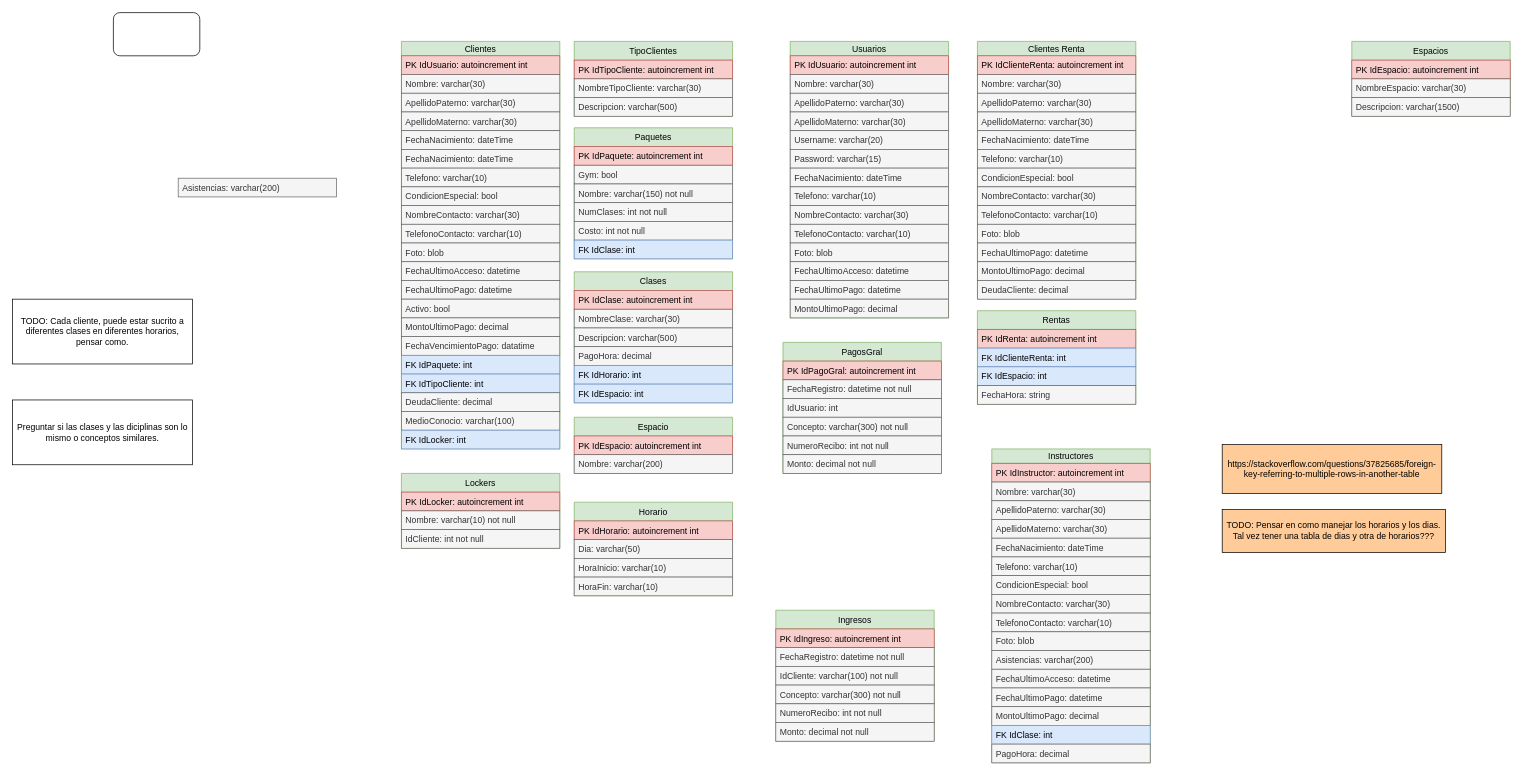
This is page "Base de Datos" (1 of 4) of GymCastillo/Docs/Diagrams/Gym.drawio from Fwxzxh/GymCastillo, a draw.io file, before an edit. Source tidied: cells renumbered, new cells numbered last; positions are measured from the earlier drawing's top-left corner, leaving out a move shared by most shapes. Both pictures are drawn from the tidied source at 72%, with x=0, y=0 at pixel (12, 12).
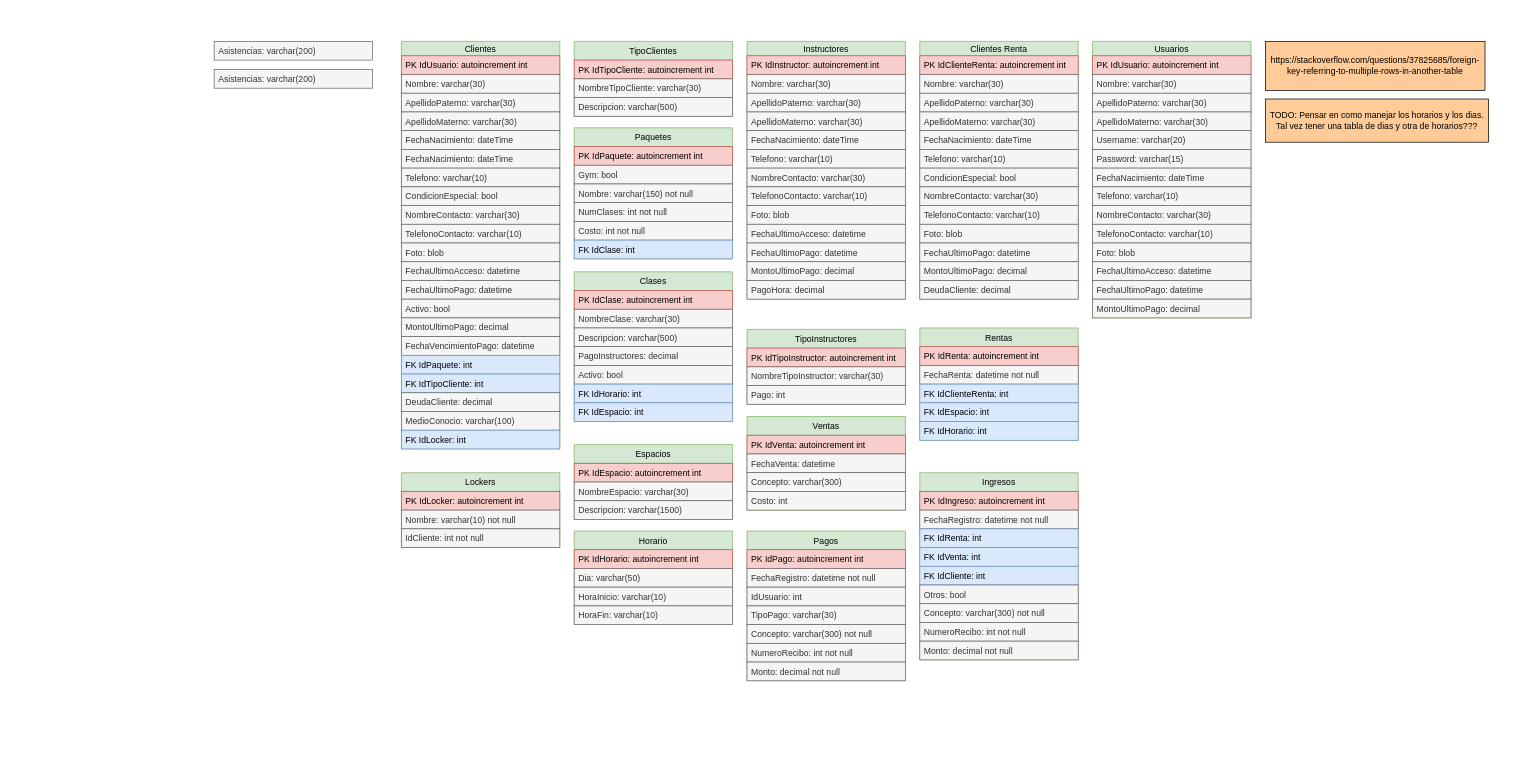
The same page after the edit.

Unchanged cells that the change refers to:
```xml
<mxCell id="2" value="Clientes" style="swimlane;fontStyle=0;horizontal=1;startSize=20;fillColor=#d5e8d4;strokeColor=#82b366;" parent="1" vertex="1">
  <mxGeometry x="540" y="40" width="220" height="566" as="geometry" />
</mxCell>
```

What changed in the source:
```diff
@@
-    <mxCell id="18" value="FechaVencimientoPago: datatime&#10;" style="text;strokeColor=#666666;fillColor=#f5f5f5;align=left;verticalAlign=top;spacingLeft=4;spacingRight=4;overflow=hidden;fontColor=#333333;" parent="2" vertex="1">
+    <mxCell id="18" value="FechaVencimientoPago: datetime&#10;" style="text;strokeColor=#666666;fillColor=#f5f5f5;align=left;verticalAlign=top;spacingLeft=4;spacingRight=4;overflow=hidden;fontColor=#333333;" parent="2" vertex="1">
       <mxGeometry y="410" width="220" height="26" as="geometry" />
     </mxCell>
@@
     <mxCell id="24" value="Instructores" style="swimlane;fontStyle=0;horizontal=1;startSize=20;fillColor=#d5e8d4;strokeColor=#82b366;" parent="1" vertex="1">
-      <mxGeometry x="1360" y="606" width="220" height="436" as="geometry" />
+      <mxGeometry x="1020" y="40" width="220" height="358" as="geometry" />
     </mxCell>
@@
-    <mxCell id="31" value="CondicionEspecial: bool" style="text;strokeColor=#666666;fillColor=#f5f5f5;align=left;verticalAlign=top;spacingLeft=4;spacingRight=4;overflow=hidden;fontColor=#333333;" parent="24" vertex="1">
-      <mxGeometry y="176" width="220" height="26" as="geometry" />
-    </mxCell>
     <mxCell id="32" value="NombreContacto: varchar(30)" style="text;strokeColor=#666666;fillColor=#f5f5f5;align=left;verticalAlign=top;spacingLeft=4;spacingRight=4;overflow=hidden;fontColor=#333333;" parent="24" vertex="1">
-      <mxGeometry y="202" width="220" height="26" as="geometry" />
+      <mxGeometry y="176" width="220" height="26" as="geometry" />
     </mxCell>
     <mxCell id="33" value="TelefonoContacto: varchar(10)" style="text;strokeColor=#666666;fillColor=#f5f5f5;align=left;verticalAlign=top;spacingLeft=4;spacingRight=4;overflow=hidden;fontColor=#333333;" parent="24" vertex="1">
-      <mxGeometry y="228" width="220" height="26" as="geometry" />
+      <mxGeometry y="202" width="220" height="26" as="geometry" />
     </mxCell>
     <mxCell id="34" value="Foto: blob" style="text;strokeColor=#666666;fillColor=#f5f5f5;align=left;verticalAlign=top;spacingLeft=4;spacingRight=4;overflow=hidden;fontColor=#333333;" parent="24" vertex="1">
-      <mxGeometry y="254" width="220" height="26" as="geometry" />
+      <mxGeometry y="228" width="220" height="26" as="geometry" />
     </mxCell>
-    <mxCell id="35" value="Asistencias: varchar(200)" style="text;strokeColor=#666666;fillColor=#f5f5f5;align=left;verticalAlign=top;spacingLeft=4;spacingRight=4;overflow=hidden;fontColor=#333333;" parent="24" vertex="1">
-      <mxGeometry y="280" width="220" height="26" as="geometry" />
-    </mxCell>
     <mxCell id="36" value="FechaUltimoAcceso: datetime" style="text;strokeColor=#666666;fillColor=#f5f5f5;align=left;verticalAlign=top;spacingLeft=4;spacingRight=4;overflow=hidden;fontColor=#333333;" parent="24" vertex="1">
-      <mxGeometry y="306" width="220" height="26" as="geometry" />
+      <mxGeometry y="254" width="220" height="26" as="geometry" />
     </mxCell>
     <mxCell id="37" value="FechaUltimoPago: datetime" style="text;strokeColor=#666666;fillColor=#f5f5f5;align=left;verticalAlign=top;spacingLeft=4;spacingRight=4;overflow=hidden;fontColor=#333333;" parent="24" vertex="1">
-      <mxGeometry y="332" width="220" height="26" as="geometry" />
+      <mxGeometry y="280" width="220" height="26" as="geometry" />
     </mxCell>
     <mxCell id="38" value="MontoUltimoPago: decimal" style="text;strokeColor=#666666;fillColor=#f5f5f5;align=left;verticalAlign=top;spacingLeft=4;spacingRight=4;overflow=hidden;fontColor=#333333;" parent="24" vertex="1">
-      <mxGeometry y="358" width="220" height="26" as="geometry" />
+      <mxGeometry y="306" width="220" height="26" as="geometry" />
     </mxCell>
-    <mxCell id="39" value="FK IdClase: int" style="text;strokeColor=#6c8ebf;fillColor=#dae8fc;align=left;verticalAlign=top;spacingLeft=4;spacingRight=4;overflow=hidden;" parent="24" vertex="1">
-      <mxGeometry y="384" width="220" height="26" as="geometry" />
-    </mxCell>
     <mxCell id="40" value="PagoHora: decimal" style="text;strokeColor=#666666;fillColor=#f5f5f5;align=left;verticalAlign=top;spacingLeft=4;spacingRight=4;overflow=hidden;fontColor=#333333;" parent="24" vertex="1">
-      <mxGeometry y="410" width="220" height="26" as="geometry" />
+      <mxGeometry y="332" width="220" height="26" as="geometry" />
     </mxCell>
@@
     <mxCell id="45" value="Clases" style="swimlane;fontStyle=0;horizontal=1;startSize=26;fillColor=#d5e8d4;strokeColor=#82b366;" parent="1" vertex="1">
-      <mxGeometry x="780" y="360" width="220" height="182" as="geometry" />
+      <mxGeometry x="780" y="360" width="220" height="208" as="geometry" />
     </mxCell>
@@
-    <mxCell id="49" value="PagoHora: decimal" style="text;strokeColor=#666666;fillColor=#f5f5f5;align=left;verticalAlign=top;spacingLeft=4;spacingRight=4;overflow=hidden;fontColor=#333333;" parent="45" vertex="1">
+    <mxCell id="49" value="PagoInstructores: decimal" style="text;strokeColor=#666666;fillColor=#f5f5f5;align=left;verticalAlign=top;spacingLeft=4;spacingRight=4;overflow=hidden;fontColor=#333333;" parent="45" vertex="1">
       <mxGeometry y="104" width="220" height="26" as="geometry" />
     </mxCell>
+    <mxCell id="129" value="Activo: bool" style="text;strokeColor=#666666;fillColor=#f5f5f5;align=left;verticalAlign=top;spacingLeft=4;spacingRight=4;overflow=hidden;fontColor=#333333;" parent="45" vertex="1">
+      <mxGeometry y="130" width="220" height="26" as="geometry" />
+    </mxCell>
     <mxCell id="50" value="FK IdHorario: int" style="text;strokeColor=#6c8ebf;fillColor=#dae8fc;align=left;verticalAlign=top;spacingLeft=4;spacingRight=4;overflow=hidden;" parent="45" vertex="1">
-      <mxGeometry y="130" width="220" height="26" as="geometry" />
+      <mxGeometry y="156" width="220" height="26" as="geometry" />
     </mxCell>
     <mxCell id="51" value="FK IdEspacio: int" style="text;strokeColor=#6c8ebf;fillColor=#dae8fc;align=left;verticalAlign=top;spacingLeft=4;spacingRight=4;overflow=hidden;" parent="45" vertex="1">
-      <mxGeometry y="156" width="220" height="26" as="geometry" />
+      <mxGeometry y="182" width="220" height="26" as="geometry" />
     </mxCell>
-    <mxCell id="52" value="PagosGral" style="swimlane;fontStyle=0;horizontal=1;startSize=26;fillColor=#d5e8d4;strokeColor=#82b366;" parent="1" vertex="1">
-      <mxGeometry x="1070" y="458" width="220" height="182" as="geometry" />
+    <mxCell id="52" value="Pagos" style="swimlane;fontStyle=0;horizontal=1;startSize=26;fillColor=#d5e8d4;strokeColor=#82b366;" parent="1" vertex="1">
+      <mxGeometry x="1020" y="720" width="220" height="208" as="geometry" />
     </mxCell>
-    <mxCell id="53" value="PK IdPagoGral: autoincrement int" style="text;strokeColor=#b85450;fillColor=#f8cecc;align=left;verticalAlign=top;spacingLeft=4;spacingRight=4;overflow=hidden;" parent="52" vertex="1">
+    <mxCell id="53" value="PK IdPago: autoincrement int" style="text;strokeColor=#b85450;fillColor=#f8cecc;align=left;verticalAlign=top;spacingLeft=4;spacingRight=4;overflow=hidden;" parent="52" vertex="1">
       <mxGeometry y="26" width="220" height="26" as="geometry" />
     </mxCell>
@@
+    <mxCell id="130" value="TipoPago: varchar(30)" style="text;strokeColor=#666666;fillColor=#f5f5f5;align=left;verticalAlign=top;spacingLeft=4;spacingRight=4;overflow=hidden;fontColor=#333333;" parent="52" vertex="1">
+      <mxGeometry y="104" width="220" height="26" as="geometry" />
+    </mxCell>
     <mxCell id="56" value="Concepto: varchar(300) not null" style="text;strokeColor=#666666;fillColor=#f5f5f5;align=left;verticalAlign=top;spacingLeft=4;spacingRight=4;overflow=hidden;fontColor=#333333;" parent="52" vertex="1">
-      <mxGeometry y="104" width="220" height="26" as="geometry" />
+      <mxGeometry y="130" width="220" height="26" as="geometry" />
     </mxCell>
     <mxCell id="57" value="NumeroRecibo: int not null" style="text;strokeColor=#666666;fillColor=#f5f5f5;align=left;verticalAlign=top;spacingLeft=4;spacingRight=4;overflow=hidden;fontColor=#333333;" parent="52" vertex="1">
-      <mxGeometry y="130" width="220" height="26" as="geometry" />
+      <mxGeometry y="156" width="220" height="26" as="geometry" />
     </mxCell>
     <mxCell id="58" value="Monto: decimal not null" style="text;strokeColor=#666666;fillColor=#f5f5f5;align=left;verticalAlign=top;spacingLeft=4;spacingRight=4;overflow=hidden;fontColor=#333333;" parent="52" vertex="1">
-      <mxGeometry y="156" width="220" height="26" as="geometry" />
+      <mxGeometry y="182" width="220" height="26" as="geometry" />
     </mxCell>
     <mxCell id="59" value="Ingresos" style="swimlane;fontStyle=0;horizontal=1;startSize=26;fillColor=#d5e8d4;strokeColor=#82b366;" parent="1" vertex="1">
-      <mxGeometry x="1060" y="830" width="220" height="182" as="geometry" />
+      <mxGeometry x="1260" y="639" width="220" height="260" as="geometry" />
     </mxCell>
@@
-    <mxCell id="62" value="IdCliente: varchar(100) not null" style="text;strokeColor=#666666;fillColor=#f5f5f5;align=left;verticalAlign=top;spacingLeft=4;spacingRight=4;overflow=hidden;fontColor=#333333;" parent="59" vertex="1">
-      <mxGeometry y="78" width="220" height="26" as="geometry" />
-    </mxCell>
+    <mxCell id="131" value="FK IdRenta: int" style="text;strokeColor=#6c8ebf;fillColor=#dae8fc;align=left;verticalAlign=top;spacingLeft=4;spacingRight=4;overflow=hidden;" parent="59" vertex="1">
+      <mxGeometry y="78" width="220" height="26" as="geometry" />
+    </mxCell>
+    <mxCell id="132" value="FK IdVenta: int" style="text;strokeColor=#6c8ebf;fillColor=#dae8fc;align=left;verticalAlign=top;spacingLeft=4;spacingRight=4;overflow=hidden;" parent="59" vertex="1">
+      <mxGeometry y="104" width="220" height="26" as="geometry" />
+    </mxCell>
+    <mxCell id="133" value="FK IdCliente: int" style="text;strokeColor=#6c8ebf;fillColor=#dae8fc;align=left;verticalAlign=top;spacingLeft=4;spacingRight=4;overflow=hidden;" parent="59" vertex="1">
+      <mxGeometry y="130" width="220" height="26" as="geometry" />
+    </mxCell>
+    <mxCell id="134" value="Otros: bool" style="text;strokeColor=#666666;fillColor=#f5f5f5;align=left;verticalAlign=top;spacingLeft=4;spacingRight=4;overflow=hidden;fontColor=#333333;" parent="59" vertex="1">
+      <mxGeometry y="156" width="220" height="26" as="geometry" />
+    </mxCell>
     <mxCell id="63" value="Concepto: varchar(300) not null" style="text;strokeColor=#666666;fillColor=#f5f5f5;align=left;verticalAlign=top;spacingLeft=4;spacingRight=4;overflow=hidden;fontColor=#333333;" parent="59" vertex="1">
-      <mxGeometry y="104" width="220" height="26" as="geometry" />
+      <mxGeometry y="182" width="220" height="26" as="geometry" />
     </mxCell>
     <mxCell id="64" value="NumeroRecibo: int not null" style="text;strokeColor=#666666;fillColor=#f5f5f5;align=left;verticalAlign=top;spacingLeft=4;spacingRight=4;overflow=hidden;fontColor=#333333;" parent="59" vertex="1">
-      <mxGeometry y="130" width="220" height="26" as="geometry" />
+      <mxGeometry y="208" width="220" height="26" as="geometry" />
     </mxCell>
     <mxCell id="65" value="Monto: decimal not null" style="text;strokeColor=#666666;fillColor=#f5f5f5;align=left;verticalAlign=top;spacingLeft=4;spacingRight=4;overflow=hidden;fontColor=#333333;" parent="59" vertex="1">
-      <mxGeometry y="156" width="220" height="26" as="geometry" />
+      <mxGeometry y="234" width="220" height="26" as="geometry" />
     </mxCell>
     <mxCell id="66" value="https://stackoverflow.com/questions/37825685/foreign-key-referring-to-multiple-rows-in-another-table" style="rounded=0;whiteSpace=wrap;html=1;fillColor=#FFCC99;" parent="1" vertex="1">
-      <mxGeometry x="1680" y="600" width="305" height="68" as="geometry" />
+      <mxGeometry x="1740" y="40" width="305" height="68" as="geometry" />
     </mxCell>
     <mxCell id="67" value="TODO: Pensar en como manejar los horarios y los dias.&lt;br&gt;Tal vez tener una tabla de dias y otra de horarios???" style="rounded=0;whiteSpace=wrap;html=1;fillColor=#FFCC99;" parent="1" vertex="1">
-      <mxGeometry x="1680" y="690" width="310" height="60" as="geometry" />
+      <mxGeometry x="1740" y="120" width="310" height="60" as="geometry" />
     </mxCell>
-    <mxCell id="68" value="TODO: Cada cliente, puede estar sucrito a diferentes clases en diferentes horarios, pensar como." style="rounded=0;whiteSpace=wrap;html=1;fillColor=default;" parent="1" vertex="1">
-      <mxGeometry y="398" width="250" height="90" as="geometry" />
-    </mxCell>
-    <mxCell id="69" value="Preguntar si las clases y las diciplinas son lo mismo o conceptos similares." style="rounded=0;whiteSpace=wrap;html=1;fillColor=default;" parent="1" vertex="1">
-      <mxGeometry y="538" width="250" height="90" as="geometry" />
-    </mxCell>
     <mxCell id="70" value="Espacios" style="swimlane;fontStyle=0;horizontal=1;startSize=26;fillColor=#d5e8d4;strokeColor=#82b366;" parent="1" vertex="1">
-      <mxGeometry x="1860" y="40" width="220" height="104" as="geometry" />
+      <mxGeometry x="780" y="600" width="220" height="104" as="geometry" />
     </mxCell>
@@
     <mxCell id="74" value="Clientes Renta" style="swimlane;fontStyle=0;horizontal=1;startSize=20;fillColor=#d5e8d4;strokeColor=#82b366;" parent="1" vertex="1">
-      <mxGeometry x="1340" y="40" width="220" height="358" as="geometry" />
+      <mxGeometry x="1260" y="40" width="220" height="358" as="geometry" />
     </mxCell>
@@
     <mxCell id="88" value="Usuarios" style="swimlane;fontStyle=0;horizontal=1;startSize=20;fillColor=#d5e8d4;strokeColor=#82b366;" parent="1" vertex="1">
-      <mxGeometry x="1080" y="40" width="220" height="384" as="geometry" />
+      <mxGeometry x="1500" y="40" width="220" height="384" as="geometry" />
     </mxCell>
@@
     <mxCell id="103" value="Rentas" style="swimlane;fontStyle=0;horizontal=1;startSize=26;fillColor=#d5e8d4;strokeColor=#82b366;" parent="1" vertex="1">
-      <mxGeometry x="1340" y="414" width="220" height="130" as="geometry" />
+      <mxGeometry x="1260" y="438" width="220" height="156" as="geometry" />
     </mxCell>
@@
+    <mxCell id="135" value="FechaRenta: datetime not null" style="text;strokeColor=#666666;fillColor=#f5f5f5;align=left;verticalAlign=top;spacingLeft=4;spacingRight=4;overflow=hidden;fontColor=#333333;" parent="103" vertex="1">
+      <mxGeometry y="52" width="220" height="26" as="geometry" />
+    </mxCell>
     <mxCell id="105" value="FK IdClienteRenta: int" style="text;strokeColor=#6c8ebf;fillColor=#dae8fc;align=left;verticalAlign=top;spacingLeft=4;spacingRight=4;overflow=hidden;" parent="103" vertex="1">
-      <mxGeometry y="52" width="220" height="26" as="geometry" />
+      <mxGeometry y="78" width="220" height="26" as="geometry" />
     </mxCell>
     <mxCell id="106" value="FK IdEspacio: int" style="text;strokeColor=#6c8ebf;fillColor=#dae8fc;align=left;verticalAlign=top;spacingLeft=4;spacingRight=4;overflow=hidden;" parent="103" vertex="1">
-      <mxGeometry y="78" width="220" height="26" as="geometry" />
+      <mxGeometry y="104" width="220" height="26" as="geometry" />
     </mxCell>
-    <mxCell id="107" value="FechaHora: string" style="text;strokeColor=#666666;fillColor=#f5f5f5;align=left;verticalAlign=top;spacingLeft=4;spacingRight=4;overflow=hidden;fontColor=#333333;" parent="103" vertex="1">
-      <mxGeometry y="104" width="220" height="26" as="geometry" />
-    </mxCell>
-    <mxCell id="108" value="Espacio" style="swimlane;fontStyle=0;horizontal=1;startSize=26;fillColor=#d5e8d4;strokeColor=#82b366;" parent="1" vertex="1">
-      <mxGeometry x="780" y="562" width="220" height="78" as="geometry" />
-    </mxCell>
-    <mxCell id="109" value="PK IdEspacio: autoincrement int" style="text;strokeColor=#b85450;fillColor=#f8cecc;align=left;verticalAlign=top;spacingLeft=4;spacingRight=4;overflow=hidden;" parent="108" vertex="1">
-      <mxGeometry y="26" width="220" height="26" as="geometry" />
-    </mxCell>
-    <mxCell id="110" value="Nombre: varchar(200)" style="text;strokeColor=#666666;fillColor=#f5f5f5;align=left;verticalAlign=top;spacingLeft=4;spacingRight=4;overflow=hidden;fontColor=#333333;" parent="108" vertex="1">
-      <mxGeometry y="52" width="220" height="26" as="geometry" />
-    </mxCell>
-    <mxCell id="111" style="rounded=1;whiteSpace=wrap;html=1;" parent="1" vertex="1">
-      <mxGeometry x="140" width="120" height="60" as="geometry" />
-    </mxCell>
+    <mxCell id="136" value="FK IdHorario: int" style="text;strokeColor=#6c8ebf;fillColor=#dae8fc;align=left;verticalAlign=top;spacingLeft=4;spacingRight=4;overflow=hidden;" parent="103" vertex="1">
+      <mxGeometry y="130" width="220" height="26" as="geometry" />
+    </mxCell>
@@
     <mxCell id="119" value="Lockers" style="swimlane;fontStyle=0;horizontal=1;startSize=26;fillColor=#d5e8d4;strokeColor=#82b366;" parent="1" vertex="1">
-      <mxGeometry x="540" y="640" width="220" height="104" as="geometry" />
+      <mxGeometry x="540" y="639" width="220" height="104" as="geometry" />
     </mxCell>
@@
     <mxCell id="123" value="Asistencias: varchar(200)" style="text;strokeColor=#666666;fillColor=#f5f5f5;align=left;verticalAlign=top;spacingLeft=4;spacingRight=4;overflow=hidden;fontColor=#333333;" parent="1" vertex="1">
-      <mxGeometry x="230" y="230" width="220" height="26" as="geometry" />
+      <mxGeometry x="280" y="40" width="220" height="26" as="geometry" />
     </mxCell>
     <mxCell id="124" value="Horario" style="swimlane;fontStyle=0;horizontal=1;startSize=26;fillColor=#d5e8d4;strokeColor=#82b366;" parent="1" vertex="1">
-      <mxGeometry x="780" y="680" width="220" height="130" as="geometry" />
+      <mxGeometry x="780" y="720" width="220" height="130" as="geometry" />
     </mxCell>
@@
+    <mxCell id="35" value="Asistencias: varchar(200)" style="text;strokeColor=#666666;fillColor=#f5f5f5;align=left;verticalAlign=top;spacingLeft=4;spacingRight=4;overflow=hidden;fontColor=#333333;" parent="1" vertex="1">
+      <mxGeometry x="280" y="79" width="220" height="26" as="geometry" />
+    </mxCell>
+    <mxCell id="137" value="TipoInstructores" style="swimlane;fontStyle=0;horizontal=1;startSize=26;fillColor=#d5e8d4;strokeColor=#82b366;" parent="1" vertex="1">
+      <mxGeometry x="1020" y="440" width="220" height="104" as="geometry" />
+    </mxCell>
+    <mxCell id="138" value="PK IdTipoInstructor: autoincrement int" style="text;strokeColor=#b85450;fillColor=#f8cecc;align=left;verticalAlign=top;spacingLeft=4;spacingRight=4;overflow=hidden;" parent="137" vertex="1">
+      <mxGeometry y="26" width="220" height="26" as="geometry" />
+    </mxCell>
+    <mxCell id="139" value="NombreTipoInstructor: varchar(30)" style="text;strokeColor=#666666;fillColor=#f5f5f5;align=left;verticalAlign=top;spacingLeft=4;spacingRight=4;overflow=hidden;fontColor=#333333;" parent="137" vertex="1">
+      <mxGeometry y="52" width="220" height="26" as="geometry" />
+    </mxCell>
+    <mxCell id="140" value="Pago: int" style="text;strokeColor=#666666;fillColor=#f5f5f5;align=left;verticalAlign=top;spacingLeft=4;spacingRight=4;overflow=hidden;fontColor=#333333;" parent="137" vertex="1">
+      <mxGeometry y="78" width="220" height="26" as="geometry" />
+    </mxCell>
+    <mxCell id="141" value="Ventas" style="swimlane;fontStyle=0;horizontal=1;startSize=26;fillColor=#d5e8d4;strokeColor=#82b366;" parent="1" vertex="1">
+      <mxGeometry x="1020" y="561" width="220" height="130" as="geometry" />
+    </mxCell>
+    <mxCell id="142" value="PK IdVenta: autoincrement int" style="text;strokeColor=#b85450;fillColor=#f8cecc;align=left;verticalAlign=top;spacingLeft=4;spacingRight=4;overflow=hidden;" parent="141" vertex="1">
+      <mxGeometry y="26" width="220" height="26" as="geometry" />
+    </mxCell>
+    <mxCell id="143" value="FechaVenta: datetime" style="text;strokeColor=#666666;fillColor=#f5f5f5;align=left;verticalAlign=top;spacingLeft=4;spacingRight=4;overflow=hidden;fontColor=#333333;" parent="141" vertex="1">
+      <mxGeometry y="52" width="220" height="26" as="geometry" />
+    </mxCell>
+    <mxCell id="144" value="Concepto: varchar(300)" style="text;strokeColor=#666666;fillColor=#f5f5f5;align=left;verticalAlign=top;spacingLeft=4;spacingRight=4;overflow=hidden;fontColor=#333333;" parent="141" vertex="1">
+      <mxGeometry y="78" width="220" height="26" as="geometry" />
+    </mxCell>
+    <mxCell id="145" value="Costo: int" style="text;strokeColor=#666666;fillColor=#f5f5f5;align=left;verticalAlign=top;spacingLeft=4;spacingRight=4;overflow=hidden;fontColor=#333333;" parent="141" vertex="1">
+      <mxGeometry y="104" width="220" height="26" as="geometry" />
+    </mxCell>
```
